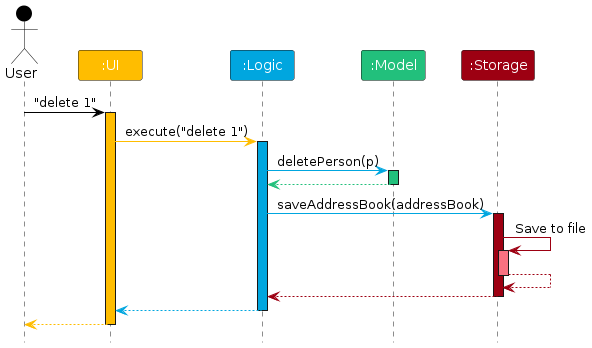
This is diagrams/ArchitectureSequenceDiagram.png from ananyaj1515/tp, a PlantUML export, as it was before one commit. Its source is kept beside it as diagrams/ArchitectureSequenceDiagram.puml. Its diagram source:
```plantuml
@startuml
!include style.puml
skinparam ArrowFontStyle plain

Actor User as user USER_COLOR
Participant ":UI" as ui UI_COLOR
Participant ":Logic" as logic LOGIC_COLOR
Participant ":Model" as model MODEL_COLOR
Participant ":Storage" as storage STORAGE_COLOR

user -[USER_COLOR]> ui : "delete 1"
activate ui UI_COLOR

ui -[UI_COLOR]> logic : execute("delete 1")
activate logic LOGIC_COLOR

logic -[LOGIC_COLOR]> model : deletePerson(p)
activate model MODEL_COLOR

model -[MODEL_COLOR]-> logic
deactivate model

logic -[LOGIC_COLOR]> storage : saveAddressBook(addressBook)
activate storage STORAGE_COLOR

storage -[STORAGE_COLOR]> storage : Save to file
activate storage STORAGE_COLOR_T1
storage --[STORAGE_COLOR]> storage
deactivate storage

storage --[STORAGE_COLOR]> logic
deactivate storage

logic --[LOGIC_COLOR]> ui
deactivate logic

ui--[UI_COLOR]> user
deactivate ui
@enduml
```
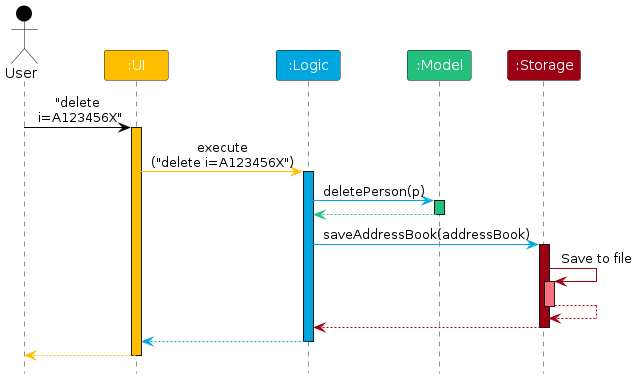
After the commit.

Diff of the diagram source:
```diff
@@ -8,10 +8,10 @@
 Participant ":Model" as model MODEL_COLOR
 Participant ":Storage" as storage STORAGE_COLOR
 
-user -[USER_COLOR]> ui : "delete 1"
+user -[USER_COLOR]> ui : "delete\n i=A123456X"
 activate ui UI_COLOR
 
-ui -[UI_COLOR]> logic : execute("delete 1")
+ui -[UI_COLOR]> logic : execute\n("delete i=A123456X")
 activate logic LOGIC_COLOR
 
 logic -[LOGIC_COLOR]> model : deletePerson(p)
```
